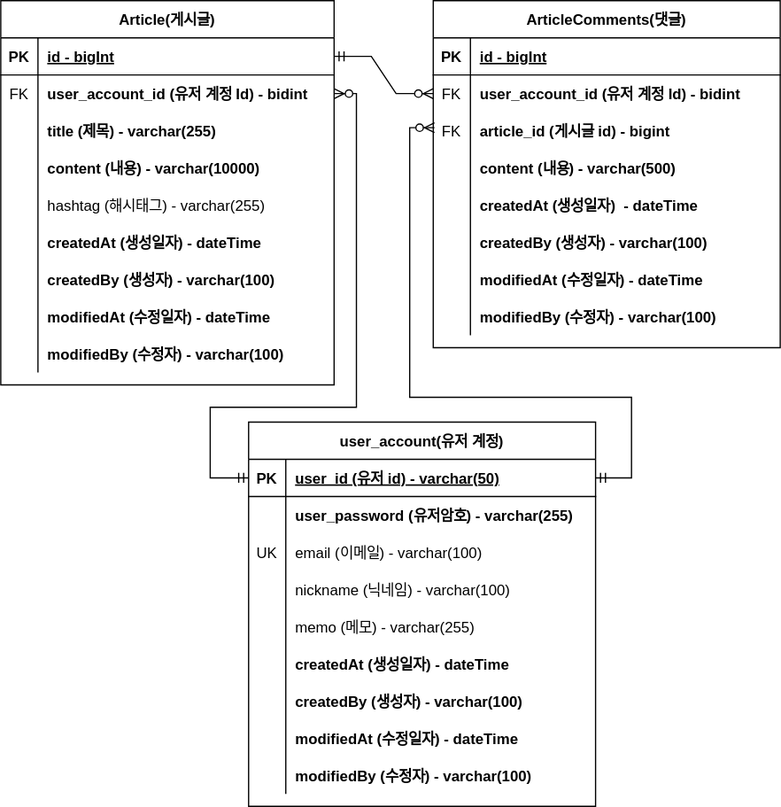
Earlier version of the draw.io export document/project-board-erd.svg (jerry3269/board). Source tidied: cells renumbered, new cells last; positions are measured from the earlier drawing's top-left corner, leaving out a move shared by most shapes.
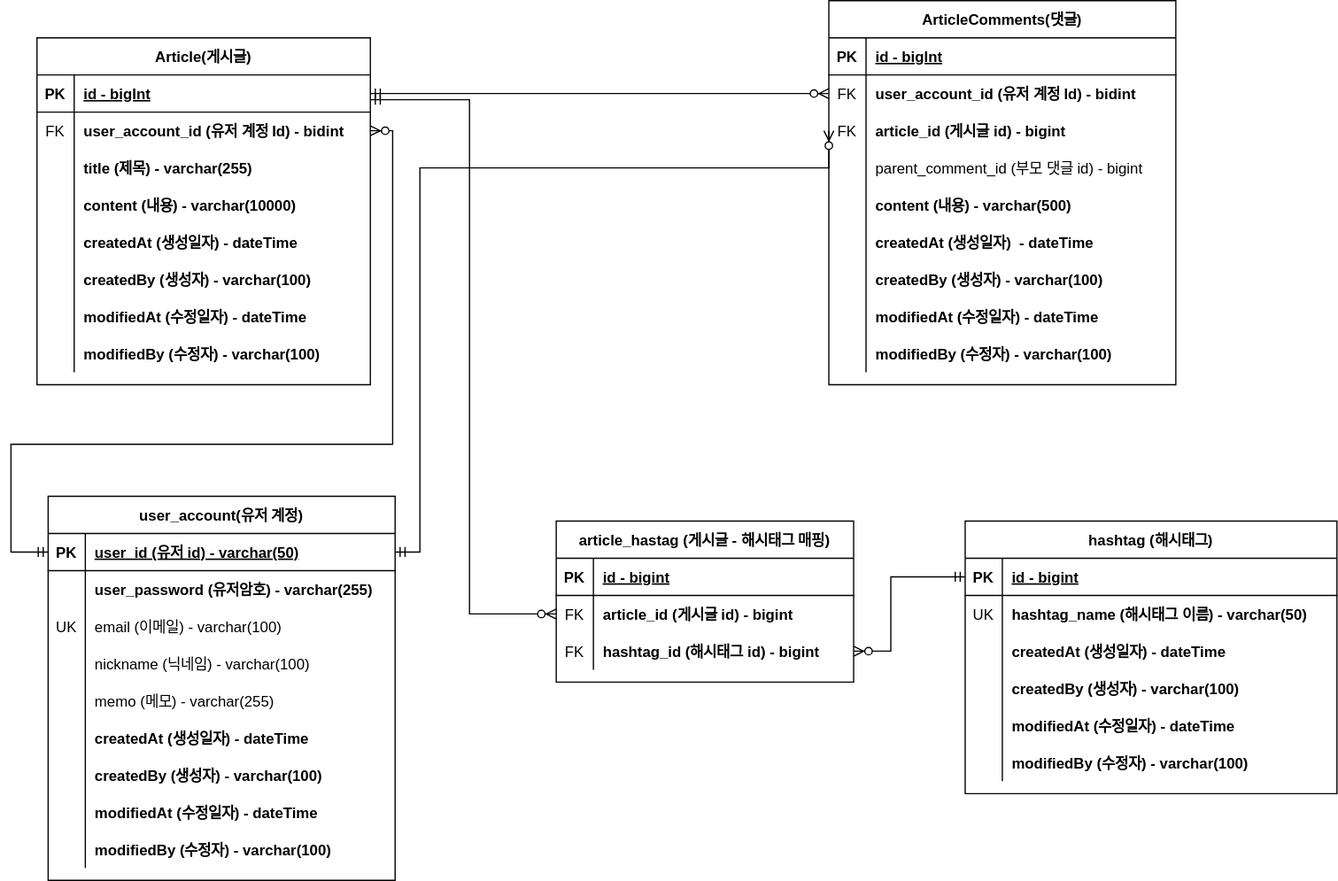
Later version of the same file.

Commit message:
#49 - project-board-erd.svg 업데이트: 대댓글, 해시태그

The edit, as a diff of the source:
```diff
@@ -3,7 +3,7 @@
     <mxCell id="0" />
     <mxCell id="1" parent="0" />
     <mxCell id="2" value="Article(게시글)" style="shape=table;startSize=30;rowLines=0;fontStyle=1;align=center;" parent="1" vertex="1">
-      <mxGeometry width="269" height="310" as="geometry" />
+      <mxGeometry width="269" height="280" as="geometry" />
     </mxCell>
     <mxCell id="3" style="shape=partialRectangle;fillColor=none;points=[[0,0.5],[1,0.5]];portConstraint=eastwest;top=0;left=0;right=0;bottom=1;fontStyle=1;" parent="2" vertex="1">
       <mxGeometry y="30" width="269" height="30" as="geometry" />
@@ -41,17 +41,8 @@
     <mxCell id="14" value="content (내용) - varchar(10000)" style="shape=partialRectangle;overflow=hidden;fillColor=none;top=0;left=0;bottom=0;right=0;align=left;spacingLeft=6;fontStyle=1;" parent="12" vertex="1">
       <mxGeometry x="30" width="239" height="30" as="geometry" />
     </mxCell>
-    <mxCell id="15" style="shape=partialRectangle;fillColor=none;top=0;left=0;right=0;bottom=0;fontStyle=1;" parent="2" vertex="1">
-      <mxGeometry y="150" width="269" height="30" as="geometry" />
-    </mxCell>
-    <mxCell id="16" style="shape=partialRectangle;overflow=hidden;fillColor=none;top=0;left=0;bottom=0;right=0;fontStyle=1;" parent="15" vertex="1">
-      <mxGeometry width="30" height="30" as="geometry" />
-    </mxCell>
-    <mxCell id="17" value="hashtag (해시태그) - varchar(255)" style="shape=partialRectangle;overflow=hidden;fillColor=none;top=0;left=0;bottom=0;right=0;align=left;spacingLeft=6;fontStyle=0;" parent="15" vertex="1">
-      <mxGeometry x="30" width="239" height="30" as="geometry" />
-    </mxCell>
     <mxCell id="18" style="shape=partialRectangle;fillColor=none;top=0;left=0;right=0;bottom=0;fontStyle=1;" parent="2" vertex="1">
-      <mxGeometry y="180" width="269" height="30" as="geometry" />
+      <mxGeometry y="150" width="269" height="30" as="geometry" />
     </mxCell>
     <mxCell id="19" style="shape=partialRectangle;overflow=hidden;fillColor=none;top=0;left=0;bottom=0;right=0;fontStyle=1;" parent="18" vertex="1">
       <mxGeometry width="30" height="30" as="geometry" />
@@ -60,7 +51,7 @@
       <mxGeometry x="30" width="239" height="30" as="geometry" />
     </mxCell>
     <mxCell id="21" style="shape=partialRectangle;fillColor=none;top=0;left=0;right=0;bottom=0;fontStyle=1;" parent="2" vertex="1">
-      <mxGeometry y="210" width="269" height="30" as="geometry" />
+      <mxGeometry y="180" width="269" height="30" as="geometry" />
     </mxCell>
     <mxCell id="22" style="shape=partialRectangle;overflow=hidden;fillColor=none;top=0;left=0;bottom=0;right=0;fontStyle=1;" parent="21" vertex="1">
       <mxGeometry width="30" height="30" as="geometry" />
@@ -69,7 +60,7 @@
       <mxGeometry x="30" width="239" height="30" as="geometry" />
     </mxCell>
     <mxCell id="24" style="shape=partialRectangle;fillColor=none;top=0;left=0;right=0;bottom=0;fontStyle=1;" parent="2" vertex="1">
-      <mxGeometry y="240" width="269" height="30" as="geometry" />
+      <mxGeometry y="210" width="269" height="30" as="geometry" />
     </mxCell>
     <mxCell id="25" style="shape=partialRectangle;overflow=hidden;fillColor=none;top=0;left=0;bottom=0;right=0;fontStyle=1;" parent="24" vertex="1">
       <mxGeometry width="30" height="30" as="geometry" />
@@ -78,7 +69,7 @@
       <mxGeometry x="30" width="239" height="30" as="geometry" />
     </mxCell>
     <mxCell id="27" style="shape=partialRectangle;fillColor=none;top=0;left=0;right=0;bottom=0;fontStyle=1;" parent="2" vertex="1">
-      <mxGeometry y="270" width="269" height="30" as="geometry" />
+      <mxGeometry y="240" width="269" height="30" as="geometry" />
     </mxCell>
     <mxCell id="28" style="shape=partialRectangle;overflow=hidden;fillColor=none;top=0;left=0;bottom=0;right=0;fontStyle=1;" parent="27" vertex="1">
       <mxGeometry width="30" height="30" as="geometry" />
@@ -87,7 +78,7 @@
       <mxGeometry x="30" width="239" height="30" as="geometry" />
     </mxCell>
     <mxCell id="30" value="ArticleComments(댓글)" style="shape=table;startSize=30;rowLines=0;fontStyle=1;align=center;" parent="1" vertex="1">
-      <mxGeometry x="349" width="280" height="280" as="geometry" />
+      <mxGeometry x="639" y="-30" width="280" height="310" as="geometry" />
     </mxCell>
     <mxCell id="31" style="shape=partialRectangle;fillColor=none;top=0;left=0;right=0;bottom=1;fontStyle=1;" parent="30" vertex="1">
       <mxGeometry y="30" width="280" height="30" as="geometry" />
@@ -116,8 +107,17 @@
     <mxCell id="39" value="article_id (게시글 id) - bigint" style="shape=partialRectangle;overflow=hidden;fillColor=none;top=0;left=0;bottom=0;right=0;align=left;spacingLeft=6;fontStyle=1;" parent="37" vertex="1">
       <mxGeometry x="30" width="250" height="30" as="geometry" />
     </mxCell>
+    <mxCell id="86" style="shape=partialRectangle;fillColor=none;top=0;left=0;right=0;bottom=0;fontStyle=1;" parent="30" vertex="1">
+      <mxGeometry y="120" width="280" height="30" as="geometry" />
+    </mxCell>
+    <mxCell id="87" style="shape=partialRectangle;overflow=hidden;fillColor=none;top=0;left=0;bottom=0;right=0;fontStyle=0;" parent="86" vertex="1">
+      <mxGeometry width="30" height="30" as="geometry" />
+    </mxCell>
+    <mxCell id="88" value="parent_comment_id (부모 댓글 id) - bigint" style="shape=partialRectangle;overflow=hidden;fillColor=none;top=0;left=0;bottom=0;right=0;align=left;spacingLeft=6;fontStyle=0;" parent="86" vertex="1">
+      <mxGeometry x="30" width="250" height="30" as="geometry" />
+    </mxCell>
     <mxCell id="40" style="shape=partialRectangle;fillColor=none;top=0;left=0;right=0;bottom=0;fontStyle=1;" parent="30" vertex="1">
-      <mxGeometry y="120" width="280" height="30" as="geometry" />
+      <mxGeometry y="150" width="280" height="30" as="geometry" />
     </mxCell>
     <mxCell id="41" style="shape=partialRectangle;overflow=hidden;fillColor=none;top=0;left=0;bottom=0;right=0;fontStyle=1;" parent="40" vertex="1">
       <mxGeometry width="30" height="30" as="geometry" />
@@ -126,7 +126,7 @@
       <mxGeometry x="30" width="250" height="30" as="geometry" />
     </mxCell>
     <mxCell id="43" style="shape=partialRectangle;fillColor=none;top=0;left=0;right=0;bottom=0;fontStyle=1;" parent="30" vertex="1">
-      <mxGeometry y="150" width="280" height="30" as="geometry" />
+      <mxGeometry y="180" width="280" height="30" as="geometry" />
     </mxCell>
     <mxCell id="44" style="shape=partialRectangle;overflow=hidden;fillColor=none;top=0;left=0;bottom=0;right=0;fontStyle=1;" parent="43" vertex="1">
       <mxGeometry width="30" height="30" as="geometry" />
@@ -135,7 +135,7 @@
       <mxGeometry x="30" width="250" height="30" as="geometry" />
     </mxCell>
     <mxCell id="46" style="shape=partialRectangle;fillColor=none;top=0;left=0;right=0;bottom=0;fontStyle=1;" parent="30" vertex="1">
-      <mxGeometry y="180" width="280" height="30" as="geometry" />
+      <mxGeometry y="210" width="280" height="30" as="geometry" />
     </mxCell>
     <mxCell id="47" style="shape=partialRectangle;overflow=hidden;fillColor=none;top=0;left=0;bottom=0;right=0;fontStyle=1;" parent="46" vertex="1">
       <mxGeometry width="30" height="30" as="geometry" />
@@ -144,7 +144,7 @@
       <mxGeometry x="30" width="250" height="30" as="geometry" />
     </mxCell>
     <mxCell id="49" style="shape=partialRectangle;fillColor=none;top=0;left=0;right=0;bottom=0;fontStyle=1;" parent="30" vertex="1">
-      <mxGeometry y="210" width="280" height="30" as="geometry" />
+      <mxGeometry y="240" width="280" height="30" as="geometry" />
     </mxCell>
     <mxCell id="50" style="shape=partialRectangle;overflow=hidden;fillColor=none;top=0;left=0;bottom=0;right=0;fontStyle=1;" parent="49" vertex="1">
       <mxGeometry width="30" height="30" as="geometry" />
@@ -153,7 +153,7 @@
       <mxGeometry x="30" width="250" height="30" as="geometry" />
     </mxCell>
     <mxCell id="52" style="shape=partialRectangle;fillColor=none;top=0;left=0;right=0;bottom=0;fontStyle=1;" parent="30" vertex="1">
-      <mxGeometry y="240" width="280" height="30" as="geometry" />
+      <mxGeometry y="270" width="280" height="30" as="geometry" />
     </mxCell>
     <mxCell id="53" style="shape=partialRectangle;overflow=hidden;fillColor=none;top=0;left=0;bottom=0;right=0;fontStyle=1;" parent="52" vertex="1">
       <mxGeometry width="30" height="30" as="geometry" />
@@ -169,7 +169,7 @@
       </mxGeometry>
     </mxCell>
     <mxCell id="56" value="user_account(유저 계정)" style="shape=table;startSize=30;rowLines=0;fontStyle=1;align=center;" parent="1" vertex="1">
-      <mxGeometry x="200" y="340" width="280" height="310" as="geometry" />
+      <mxGeometry x="9" y="370" width="280" height="310" as="geometry" />
     </mxCell>
     <mxCell id="57" style="shape=partialRectangle;fillColor=none;points=[[0,0.5],[1,0.5]];portConstraint=eastwest;top=0;left=0;right=0;bottom=1;fontStyle=1;" parent="56" vertex="1">
       <mxGeometry y="30" width="280" height="30" as="geometry" />
@@ -252,14 +252,12 @@
     <mxCell id="83" value="modifiedBy (수정자) - varchar(100)" style="shape=partialRectangle;overflow=hidden;fillColor=none;top=0;left=0;bottom=0;right=0;align=left;spacingLeft=6;fontStyle=1;" parent="81" vertex="1">
       <mxGeometry x="30" width="250" height="30" as="geometry" />
     </mxCell>
-    <mxCell id="84" style="edgeStyle=orthogonalEdgeStyle;fontSize=12;html=1;endArrow=ERzeroToMany;startArrow=ERmandOne;rounded=0;entryX=0;entryY=0.5;entryDx=0;entryDy=0;exitX=1;exitY=0.5;exitDx=0;exitDy=0;" parent="1" edge="1" source="57">
+    <mxCell id="84" style="edgeStyle=orthogonalEdgeStyle;fontSize=12;html=1;endArrow=ERzeroToMany;startArrow=ERmandOne;rounded=0;entryX=0;entryY=0.5;entryDx=0;entryDy=0;exitX=1;exitY=0.5;exitDx=0;exitDy=0;" parent="1" edge="1" source="57" target="37">
       <mxGeometry relative="1" as="geometry">
-        <mxPoint x="350" y="102.5" as="targetPoint" />
         <Array as="points">
-          <mxPoint x="509" y="385" />
-          <mxPoint x="509" y="320" />
-          <mxPoint x="330" y="320" />
-          <mxPoint x="330" y="103" />
+          <mxPoint x="309" y="415" />
+          <mxPoint x="309" y="105" />
+          <mxPoint x="639" y="105" />
         </Array>
       </mxGeometry>
     </mxCell>
@@ -267,12 +265,116 @@
       <mxGeometry relative="1" as="geometry">
         <mxPoint x="269" y="75" as="targetPoint" />
         <Array as="points">
-          <mxPoint x="169" y="385" />
-          <mxPoint x="169" y="328" />
+          <mxPoint x="-21" y="415" />
+          <mxPoint x="-21" y="328" />
           <mxPoint x="287" y="328" />
           <mxPoint x="287" y="75" />
         </Array>
       </mxGeometry>
     </mxCell>
+    <mxCell id="89" value="hashtag (해시태그)" style="shape=table;startSize=30;rowLines=0;fontStyle=1;align=center;" parent="1" vertex="1">
+      <mxGeometry x="749" y="390" width="300" height="220" as="geometry" />
+    </mxCell>
+    <mxCell id="90" style="shape=partialRectangle;fillColor=none;points=[[0,0.5],[1,0.5]];portConstraint=eastwest;top=0;left=0;right=0;bottom=1;fontStyle=1;" parent="89" vertex="1">
+      <mxGeometry y="30" width="300" height="30" as="geometry" />
+    </mxCell>
+    <mxCell id="91" value="PK" style="shape=partialRectangle;overflow=hidden;fillColor=none;top=0;left=0;bottom=0;right=0;fontStyle=1;" parent="90" vertex="1">
+      <mxGeometry width="30" height="30" as="geometry" />
+    </mxCell>
+    <mxCell id="92" value="id - bigint" style="shape=partialRectangle;overflow=hidden;fillColor=none;top=0;left=0;bottom=0;right=0;align=left;spacingLeft=6;fontStyle=5;" parent="90" vertex="1">
+      <mxGeometry x="30" width="270" height="30" as="geometry" />
+    </mxCell>
+    <mxCell id="93" style="shape=partialRectangle;fillColor=none;top=0;left=0;right=0;bottom=0;fontStyle=1;" parent="89" vertex="1">
+      <mxGeometry y="60" width="300" height="30" as="geometry" />
+    </mxCell>
+    <mxCell id="94" value="UK" style="shape=partialRectangle;overflow=hidden;fillColor=none;top=0;left=0;bottom=0;right=0;fontStyle=0;" parent="93" vertex="1">
+      <mxGeometry width="30" height="30" as="geometry" />
+    </mxCell>
+    <mxCell id="95" value="hashtag_name (해시태그 이름) - varchar(50)" style="shape=partialRectangle;overflow=hidden;fillColor=none;top=0;left=0;bottom=0;right=0;align=left;spacingLeft=6;fontStyle=1;" parent="93" vertex="1">
+      <mxGeometry x="30" width="270" height="30" as="geometry" />
+    </mxCell>
+    <mxCell id="96" style="shape=partialRectangle;fillColor=none;top=0;left=0;right=0;bottom=0;fontStyle=1;" parent="89" vertex="1">
+      <mxGeometry y="90" width="300" height="30" as="geometry" />
+    </mxCell>
+    <mxCell id="97" style="shape=partialRectangle;overflow=hidden;fillColor=none;top=0;left=0;bottom=0;right=0;fontStyle=1;" parent="96" vertex="1">
+      <mxGeometry width="30" height="30" as="geometry" />
+    </mxCell>
+    <mxCell id="98" value="createdAt (생성일자) - dateTime" style="shape=partialRectangle;overflow=hidden;fillColor=none;top=0;left=0;bottom=0;right=0;align=left;spacingLeft=6;fontStyle=1;" parent="96" vertex="1">
+      <mxGeometry x="30" width="270" height="30" as="geometry" />
+    </mxCell>
+    <mxCell id="99" style="shape=partialRectangle;fillColor=none;top=0;left=0;right=0;bottom=0;fontStyle=1;" parent="89" vertex="1">
+      <mxGeometry y="120" width="300" height="30" as="geometry" />
+    </mxCell>
+    <mxCell id="100" style="shape=partialRectangle;overflow=hidden;fillColor=none;top=0;left=0;bottom=0;right=0;fontStyle=1;" parent="99" vertex="1">
+      <mxGeometry width="30" height="30" as="geometry" />
+    </mxCell>
+    <mxCell id="101" value="createdBy (생성자) - varchar(100)" style="shape=partialRectangle;overflow=hidden;fillColor=none;top=0;left=0;bottom=0;right=0;align=left;spacingLeft=6;fontStyle=1;" parent="99" vertex="1">
+      <mxGeometry x="30" width="270" height="30" as="geometry" />
+    </mxCell>
+    <mxCell id="102" style="shape=partialRectangle;fillColor=none;top=0;left=0;right=0;bottom=0;fontStyle=1;" parent="89" vertex="1">
+      <mxGeometry y="150" width="300" height="30" as="geometry" />
+    </mxCell>
+    <mxCell id="103" style="shape=partialRectangle;overflow=hidden;fillColor=none;top=0;left=0;bottom=0;right=0;fontStyle=1;" parent="102" vertex="1">
+      <mxGeometry width="30" height="30" as="geometry" />
+    </mxCell>
+    <mxCell id="104" value="modifiedAt (수정일자) - dateTime" style="shape=partialRectangle;overflow=hidden;fillColor=none;top=0;left=0;bottom=0;right=0;align=left;spacingLeft=6;fontStyle=1;" parent="102" vertex="1">
+      <mxGeometry x="30" width="270" height="30" as="geometry" />
+    </mxCell>
+    <mxCell id="105" style="shape=partialRectangle;fillColor=none;top=0;left=0;right=0;bottom=0;fontStyle=1;" parent="89" vertex="1">
+      <mxGeometry y="180" width="300" height="30" as="geometry" />
+    </mxCell>
+    <mxCell id="106" style="shape=partialRectangle;overflow=hidden;fillColor=none;top=0;left=0;bottom=0;right=0;fontStyle=1;" parent="105" vertex="1">
+      <mxGeometry width="30" height="30" as="geometry" />
+    </mxCell>
+    <mxCell id="107" value="modifiedBy (수정자) - varchar(100)" style="shape=partialRectangle;overflow=hidden;fillColor=none;top=0;left=0;bottom=0;right=0;align=left;spacingLeft=6;fontStyle=1;" parent="105" vertex="1">
+      <mxGeometry x="30" width="270" height="30" as="geometry" />
+    </mxCell>
+    <mxCell id="108" value="article_hastag (게시글 - 해시태그 매핑)" style="shape=table;startSize=30;rowLines=0;fontStyle=1;align=center;" parent="1" vertex="1">
+      <mxGeometry x="419" y="390" width="240" height="130" as="geometry" />
+    </mxCell>
+    <mxCell id="109" style="shape=partialRectangle;fillColor=none;top=0;left=0;right=0;bottom=1;fontStyle=1;" parent="108" vertex="1">
+      <mxGeometry y="30" width="240" height="30" as="geometry" />
+    </mxCell>
+    <mxCell id="110" value="PK" style="shape=partialRectangle;overflow=hidden;fillColor=none;top=0;left=0;bottom=0;right=0;fontStyle=1;" parent="109" vertex="1">
+      <mxGeometry width="30" height="30" as="geometry" />
+    </mxCell>
+    <mxCell id="111" value="id - bigint" style="shape=partialRectangle;overflow=hidden;fillColor=none;top=0;left=0;bottom=0;right=0;align=left;spacingLeft=6;fontStyle=5;" parent="109" vertex="1">
+      <mxGeometry x="30" width="210" height="30" as="geometry" />
+    </mxCell>
+    <mxCell id="112" style="shape=partialRectangle;fillColor=none;points=[[0,0.5],[1,0.5]];portConstraint=eastwest;top=0;left=0;right=0;bottom=0;fontStyle=1;" parent="108" vertex="1">
+      <mxGeometry y="60" width="240" height="30" as="geometry" />
+    </mxCell>
+    <mxCell id="113" value="FK" style="shape=partialRectangle;overflow=hidden;fillColor=none;top=0;left=0;bottom=0;right=0;fontStyle=0;" parent="112" vertex="1">
+      <mxGeometry width="30" height="30" as="geometry" />
+    </mxCell>
+    <mxCell id="114" value="article_id (게시글 id) - bigint" style="shape=partialRectangle;overflow=hidden;fillColor=none;top=0;left=0;bottom=0;right=0;align=left;spacingLeft=6;fontStyle=1;" parent="112" vertex="1">
+      <mxGeometry x="30" width="210" height="30" as="geometry" />
+    </mxCell>
+    <mxCell id="115" style="shape=partialRectangle;fillColor=none;points=[[0,0.5],[1,0.5]];portConstraint=eastwest;top=0;left=0;right=0;bottom=0;fontStyle=1;" parent="108" vertex="1">
+      <mxGeometry y="90" width="240" height="30" as="geometry" />
+    </mxCell>
+    <mxCell id="116" value="FK" style="shape=partialRectangle;overflow=hidden;fillColor=none;top=0;left=0;bottom=0;right=0;fontStyle=0;" parent="115" vertex="1">
+      <mxGeometry width="30" height="30" as="geometry" />
+    </mxCell>
+    <mxCell id="117" value="hashtag_id (해시태그 id) - bigint" style="shape=partialRectangle;overflow=hidden;fillColor=none;top=0;left=0;bottom=0;right=0;align=left;spacingLeft=6;fontStyle=1;" parent="115" vertex="1">
+      <mxGeometry x="30" width="210" height="30" as="geometry" />
+    </mxCell>
+    <mxCell id="118" style="edgeStyle=orthogonalEdgeStyle;fontSize=12;html=1;endArrow=ERzeroToMany;startArrow=ERmandOne;rounded=0;entryX=0;entryY=0.5;entryDx=0;entryDy=0;" parent="1" edge="1" target="112">
+      <mxGeometry relative="1" as="geometry">
+        <mxPoint x="269" y="50" as="sourcePoint" />
+        <Array as="points">
+          <mxPoint x="349" y="50" />
+          <mxPoint x="349" y="465" />
+        </Array>
+      </mxGeometry>
+    </mxCell>
+    <mxCell id="119" style="edgeStyle=orthogonalEdgeStyle;fontSize=12;html=1;endArrow=ERzeroToMany;startArrow=ERmandOne;rounded=0;entryX=1;entryY=0.5;entryDx=0;entryDy=0;exitX=0;exitY=0.5;exitDx=0;exitDy=0;" parent="1" edge="1" source="90" target="115">
+      <mxGeometry relative="1" as="geometry">
+        <Array as="points">
+          <mxPoint x="689" y="435" />
+          <mxPoint x="689" y="495" />
+        </Array>
+      </mxGeometry>
+    </mxCell>
   </root>
 </mxGraphModel>
```
